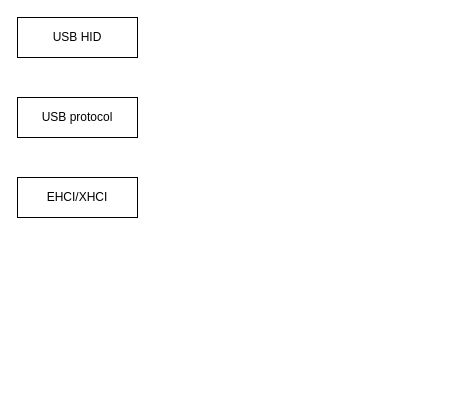
Vinson-001/Blog-flow-chart keeps this draw.io diagram as page "框架对比" (1 of 2) of ISH 总线设备驱动模型.drawio. Above is the earlier version. Source tidied: cells renumbered, new cells numbered last; positions are measured from the earlier drawing's top-left corner, leaving out a move shared by most shapes. Both pictures are drawn from the tidied source at 100%, with x=0, y=0 at pixel (17, 17).
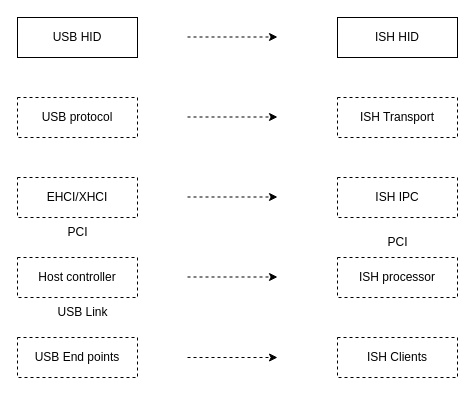
The same diagram, later.

Commit message (it also covers changes not shown here):
更新ISH 总线设备驱动模型.drawio

Change to the diagram source:
```diff
@@
-    <mxCell id="3" value="USB protocol" style="rounded=0;whiteSpace=wrap;html=1;" parent="1" vertex="1">
+    <mxCell id="3" value="USB protocol" style="rounded=0;whiteSpace=wrap;html=1;dashed=1;" parent="1" vertex="1">
       <mxGeometry y="80" width="120" height="40" as="geometry" />
     </mxCell>
-    <mxCell id="4" value="EHCI/XHCI" style="rounded=0;whiteSpace=wrap;html=1;" parent="1" vertex="1">
+    <mxCell id="4" value="EHCI/XHCI" style="rounded=0;whiteSpace=wrap;html=1;dashed=1;" parent="1" vertex="1">
       <mxGeometry y="160" width="120" height="40" as="geometry" />
     </mxCell>
+    <mxCell id="5" value="Host controller" style="rounded=0;whiteSpace=wrap;html=1;dashed=1;" parent="1" vertex="1">
+      <mxGeometry y="240" width="120" height="40" as="geometry" />
+    </mxCell>
+    <mxCell id="6" value="USB End points" style="rounded=0;whiteSpace=wrap;html=1;dashed=1;" parent="1" vertex="1">
+      <mxGeometry y="320" width="120" height="40" as="geometry" />
+    </mxCell>
+    <mxCell id="7" value="ISH HID" style="rounded=0;whiteSpace=wrap;html=1;" parent="1" vertex="1">
+      <mxGeometry x="320" width="120" height="40" as="geometry" />
+    </mxCell>
+    <mxCell id="8" value="ISH Transport" style="rounded=0;whiteSpace=wrap;html=1;dashed=1;" parent="1" vertex="1">
+      <mxGeometry x="320" y="80" width="120" height="40" as="geometry" />
+    </mxCell>
+    <mxCell id="9" value="ISH IPC" style="rounded=0;whiteSpace=wrap;html=1;dashed=1;" parent="1" vertex="1">
+      <mxGeometry x="320" y="160" width="120" height="40" as="geometry" />
+    </mxCell>
+    <mxCell id="10" value="PCI" style="text;html=1;align=center;verticalAlign=middle;strokeColor=none;fillColor=none;" parent="1" vertex="1">
+      <mxGeometry x="40" y="200" width="40" height="30" as="geometry" />
+    </mxCell>
+    <mxCell id="11" value="PCI" style="text;html=1;align=center;verticalAlign=middle;strokeColor=none;fillColor=none;" parent="1" vertex="1">
+      <mxGeometry x="360" y="210" width="40" height="30" as="geometry" />
+    </mxCell>
+    <mxCell id="12" value="ISH processor" style="rounded=0;whiteSpace=wrap;html=1;dashed=1;" parent="1" vertex="1">
+      <mxGeometry x="320" y="240" width="120" height="40" as="geometry" />
+    </mxCell>
+    <mxCell id="13" value="ISH Clients" style="rounded=0;whiteSpace=wrap;html=1;dashed=1;" parent="1" vertex="1">
+      <mxGeometry x="320" y="320" width="120" height="40" as="geometry" />
+    </mxCell>
+    <mxCell id="14" value="USB Link" style="text;html=1;align=center;verticalAlign=middle;strokeColor=none;fillColor=none;" parent="1" vertex="1">
+      <mxGeometry x="30" y="280" width="70" height="30" as="geometry" />
+    </mxCell>
+    <mxCell id="15" style="endArrow=classic;html=1;rounded=0;dashed=1;" parent="1" edge="1">
+      <mxGeometry relative="1" as="geometry">
+        <mxPoint x="170" y="19.5" as="sourcePoint" />
+        <mxPoint x="260" y="19.5" as="targetPoint" />
+      </mxGeometry>
+    </mxCell>
+    <mxCell id="16" style="endArrow=classic;html=1;rounded=0;dashed=1;" parent="1" edge="1">
+      <mxGeometry relative="1" as="geometry">
+        <mxPoint x="170" y="99.5" as="sourcePoint" />
+        <mxPoint x="260" y="99.5" as="targetPoint" />
+      </mxGeometry>
+    </mxCell>
+    <mxCell id="17" style="endArrow=classic;html=1;rounded=0;dashed=1;" parent="1" edge="1">
+      <mxGeometry relative="1" as="geometry">
+        <mxPoint x="170" y="179.5" as="sourcePoint" />
+        <mxPoint x="260" y="179.5" as="targetPoint" />
+      </mxGeometry>
+    </mxCell>
+    <mxCell id="18" style="endArrow=classic;html=1;rounded=0;dashed=1;" parent="1" edge="1">
+      <mxGeometry relative="1" as="geometry">
+        <mxPoint x="170" y="259.5" as="sourcePoint" />
+        <mxPoint x="260" y="259.5" as="targetPoint" />
+      </mxGeometry>
+    </mxCell>
+    <mxCell id="19" style="endArrow=classic;html=1;rounded=0;dashed=1;" parent="1" edge="1">
+      <mxGeometry relative="1" as="geometry">
+        <mxPoint x="170" y="340" as="sourcePoint" />
+        <mxPoint x="260" y="340" as="targetPoint" />
+      </mxGeometry>
+    </mxCell>
```
